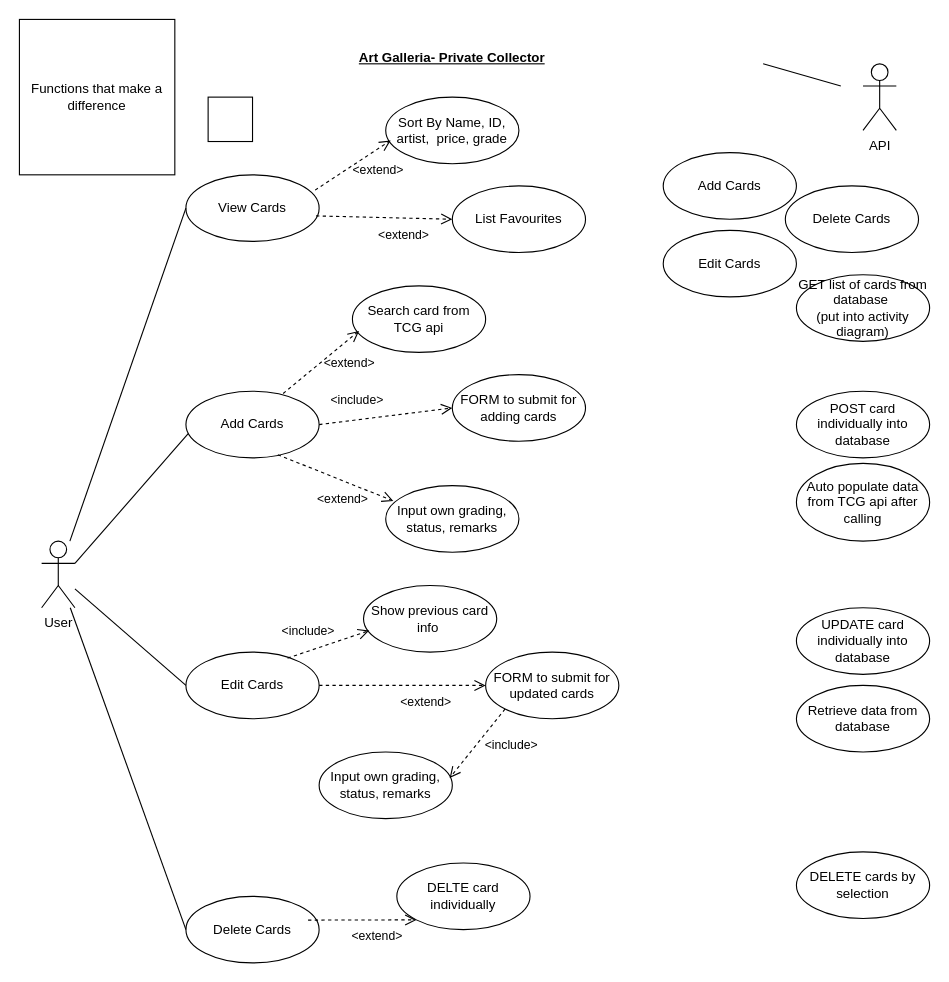
Leow0069/TFIP-Capstone keeps this draw.io diagram as page "Hansen_qn1_useCase" (1 of 12) of Hansen.drawio. Above is the earlier version. Source tidied: cells renumbered, new cells numbered last; positions are measured from the earlier drawing's top-left corner, leaving out a move shared by most shapes. Both pictures are drawn from the tidied source at 111%, with x=0, y=0 at pixel (19, 19).
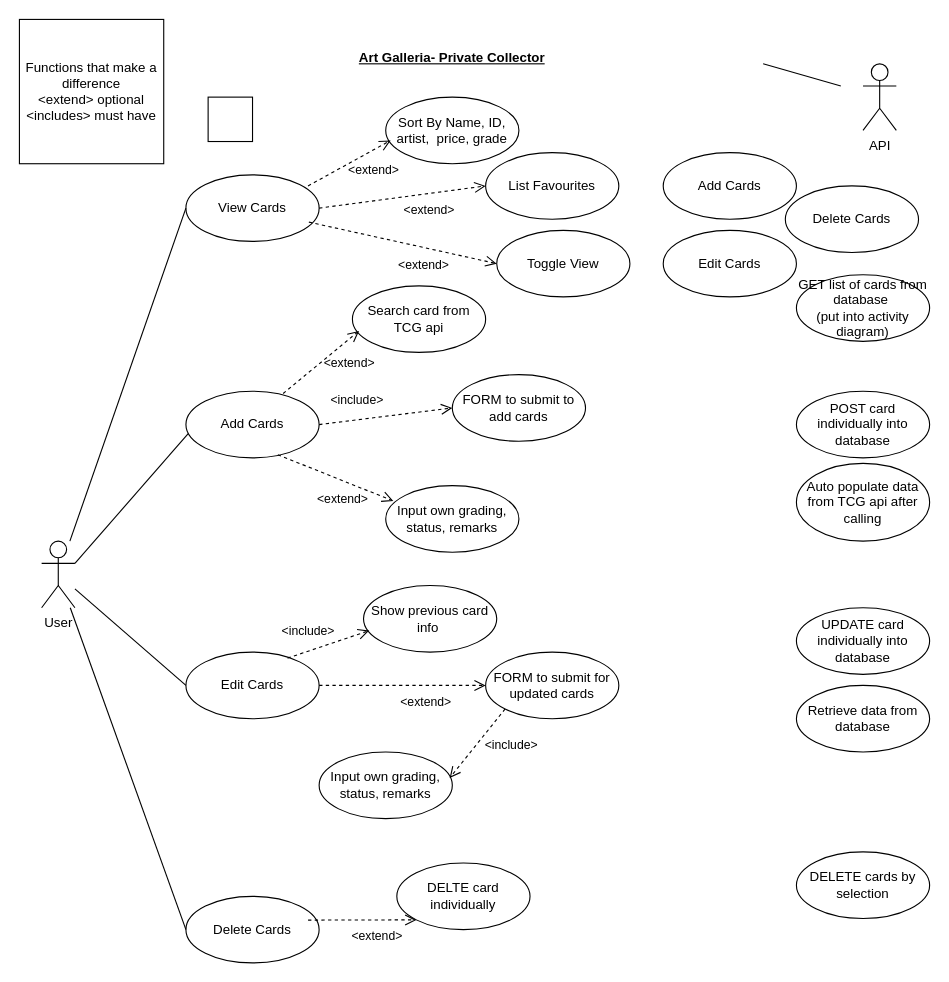
Above is the later version.

The change refers to these unchanged cells:
```xml
<mxCell id="8" value="Sort By Name, ID, artist,&amp;nbsp; price, grade" style="ellipse;whiteSpace=wrap;html=1;" parent="1" vertex="1">
  <mxGeometry x="330" y="70" width="120" height="60" as="geometry" />
</mxCell>
<mxCell id="10" value="View Cards" style="ellipse;whiteSpace=wrap;html=1;" parent="1" vertex="1">
  <mxGeometry x="150" y="140" width="120" height="60" as="geometry" />
</mxCell>
```

Diff of the diagram source:
```diff
@@
     <mxCell id="14" value="List Favourites" style="ellipse;whiteSpace=wrap;html=1;" parent="1" vertex="1">
-      <mxGeometry x="390" y="150" width="120" height="60" as="geometry" />
+      <mxGeometry x="420" y="120" width="120" height="60" as="geometry" />
     </mxCell>
@@
-    <mxCell id="30" value="FORM to submit for adding cards" style="ellipse;whiteSpace=wrap;html=1;" parent="1" vertex="1">
+    <mxCell id="30" value="FORM to submit to add cards" style="ellipse;whiteSpace=wrap;html=1;" parent="1" vertex="1">
       <mxGeometry x="390" y="320" width="120" height="60" as="geometry" />
     </mxCell>
-    <mxCell id="31" value="&amp;lt;extend&amp;gt;" style="endArrow=open;startArrow=none;endFill=0;startFill=0;endSize=8;html=1;verticalAlign=bottom;dashed=1;labelBackgroundColor=none;rounded=0;jumpStyle=none;jumpSize=22;exitX=0.977;exitY=0.617;exitDx=0;exitDy=0;entryX=0;entryY=0.5;entryDx=0;entryDy=0;exitPerimeter=0;" parent="1" edge="1" source="10" target="14">
-      <mxGeometry x="0.28" y="-24" relative="1" as="geometry" />
+    <mxCell id="31" value="&amp;lt;extend&amp;gt;" style="endArrow=open;startArrow=none;endFill=0;startFill=0;endSize=8;html=1;verticalAlign=bottom;dashed=1;labelBackgroundColor=none;rounded=0;jumpStyle=none;jumpSize=22;entryX=0;entryY=0.5;entryDx=0;entryDy=0;" parent="1" edge="1" target="14">
+      <mxGeometry x="0.28" y="-24" relative="1" as="geometry">
+        <mxPoint x="270" y="170" as="sourcePoint" />
+      </mxGeometry>
     </mxCell>
-    <mxCell id="32" value="Functions that make a difference" style="whiteSpace=wrap;html=1;" parent="1" vertex="1">
-      <mxGeometry width="140" height="140" as="geometry" />
+    <mxCell id="32" value="Functions that make a difference&lt;br&gt;&amp;lt;extend&amp;gt; optional&lt;br&gt;&amp;lt;includes&amp;gt; must have" style="whiteSpace=wrap;html=1;" parent="1" vertex="1">
+      <mxGeometry width="130" height="130" as="geometry" />
     </mxCell>
-    <mxCell id="33" value="&amp;lt;extend&amp;gt;" style="endArrow=open;startArrow=none;endFill=0;startFill=0;endSize=8;html=1;verticalAlign=bottom;dashed=1;labelBackgroundColor=none;rounded=0;jumpStyle=none;jumpSize=22;exitX=0.97;exitY=0.23;exitDx=0;exitDy=0;entryX=0.037;entryY=0.65;entryDx=0;entryDy=0;entryPerimeter=0;exitPerimeter=0;" parent="1" edge="1" source="10" target="8">
-      <mxGeometry x="0.28" y="-24" relative="1" as="geometry" />
+    <mxCell id="33" value="&amp;lt;extend&amp;gt;" style="endArrow=open;startArrow=none;endFill=0;startFill=0;endSize=8;html=1;verticalAlign=bottom;dashed=1;labelBackgroundColor=none;rounded=0;jumpStyle=none;jumpSize=22;entryX=0.037;entryY=0.65;entryDx=0;entryDy=0;entryPerimeter=0;" parent="1" edge="1" target="8">
+      <mxGeometry x="0.28" y="-24" relative="1" as="geometry">
+        <mxPoint x="260" y="150" as="sourcePoint" />
+      </mxGeometry>
     </mxCell>
@@
+    <mxCell id="44" value="Toggle View" style="ellipse;whiteSpace=wrap;html=1;" parent="1" vertex="1">
+      <mxGeometry x="430" y="190" width="120" height="60" as="geometry" />
+    </mxCell>
+    <mxCell id="45" value="&amp;lt;extend&amp;gt;" style="endArrow=open;startArrow=none;endFill=0;startFill=0;endSize=8;html=1;verticalAlign=bottom;dashed=1;labelBackgroundColor=none;rounded=0;jumpStyle=none;jumpSize=22;entryX=0;entryY=0.5;entryDx=0;entryDy=0;exitX=0.923;exitY=0.71;exitDx=0;exitDy=0;exitPerimeter=0;" parent="1" edge="1" source="10" target="44">
+      <mxGeometry x="0.28" y="-24" relative="1" as="geometry" />
+    </mxCell>
```
